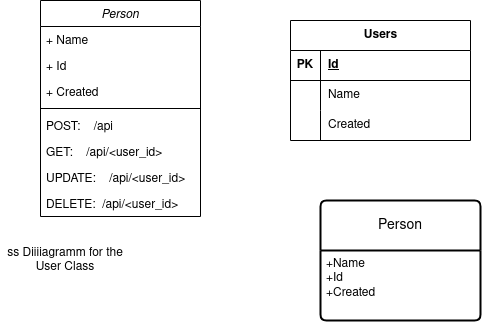
This is HNGx2UML.drawio.png from phurhard/HNGx2, a draw.io export, as it was before one commit. Source tidied: cells renumbered, new cells last; positions are measured from the earlier drawing's top-left corner, leaving out a move shared by most shapes.
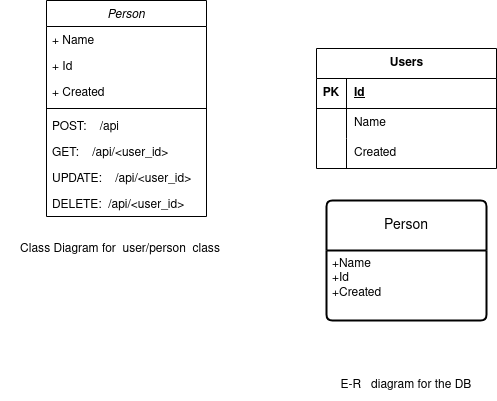
The same diagram one commit later.

Change to the diagram source:
```diff
@@ -30,7 +30,7 @@
       <mxGeometry y="190" width="160" height="26" as="geometry" />
     </mxCell>
     <mxCell id="11" value="Users" style="shape=table;startSize=30;rowLines=0;fontStyle=1;align=center;html=1;" parent="1" vertex="1">
-      <mxGeometry x="290" y="20" width="180" height="120" as="geometry" />
+      <mxGeometry x="310" y="48" width="180" height="120" as="geometry" />
     </mxCell>
     <mxCell id="12" style="shape=tableRow;horizontal=0;startSize=0;swimlaneHead=0;swimlaneBody=0;fillColor=none;top=0;left=0;right=0;bottom=1;" parent="11" vertex="1">
       <mxGeometry y="30" width="180" height="30" as="geometry" />
@@ -65,8 +65,11 @@
     <mxCell id="22" value="+Name&lt;br&gt;+Id&lt;br&gt;+Created" style="align=left;strokeColor=none;fillColor=none;spacingLeft=4;fontSize=12;verticalAlign=top;html=1;" parent="21" vertex="1">
       <mxGeometry y="50" width="160" height="70" as="geometry" />
     </mxCell>
-    <mxCell id="23" value="ss Diiiiagramm for the User Class" style="text;html=1;strokeColor=none;fillColor=none;align=center;verticalAlign=middle;whiteSpace=wrap;rounded=0;" parent="1" vertex="1">
-      <mxGeometry y="245" width="130" height="30" as="geometry" />
+    <mxCell id="23" value="Class Diagram for&amp;nbsp; user/person&amp;nbsp; class" style="text;html=1;strokeColor=none;fillColor=none;align=center;verticalAlign=middle;whiteSpace=wrap;rounded=0;" parent="1" vertex="1">
+      <mxGeometry x="-6" y="216" width="240" height="65" as="geometry" />
     </mxCell>
+    <mxCell id="24" value="E-R&amp;nbsp;&amp;nbsp; diagram for the DB" style="text;html=1;strokeColor=none;fillColor=none;align=center;verticalAlign=middle;whiteSpace=wrap;rounded=0;" parent="1" vertex="1">
+      <mxGeometry x="320" y="370" width="160" height="30" as="geometry" />
+    </mxCell>
   </root>
 </mxGraphModel>
```
